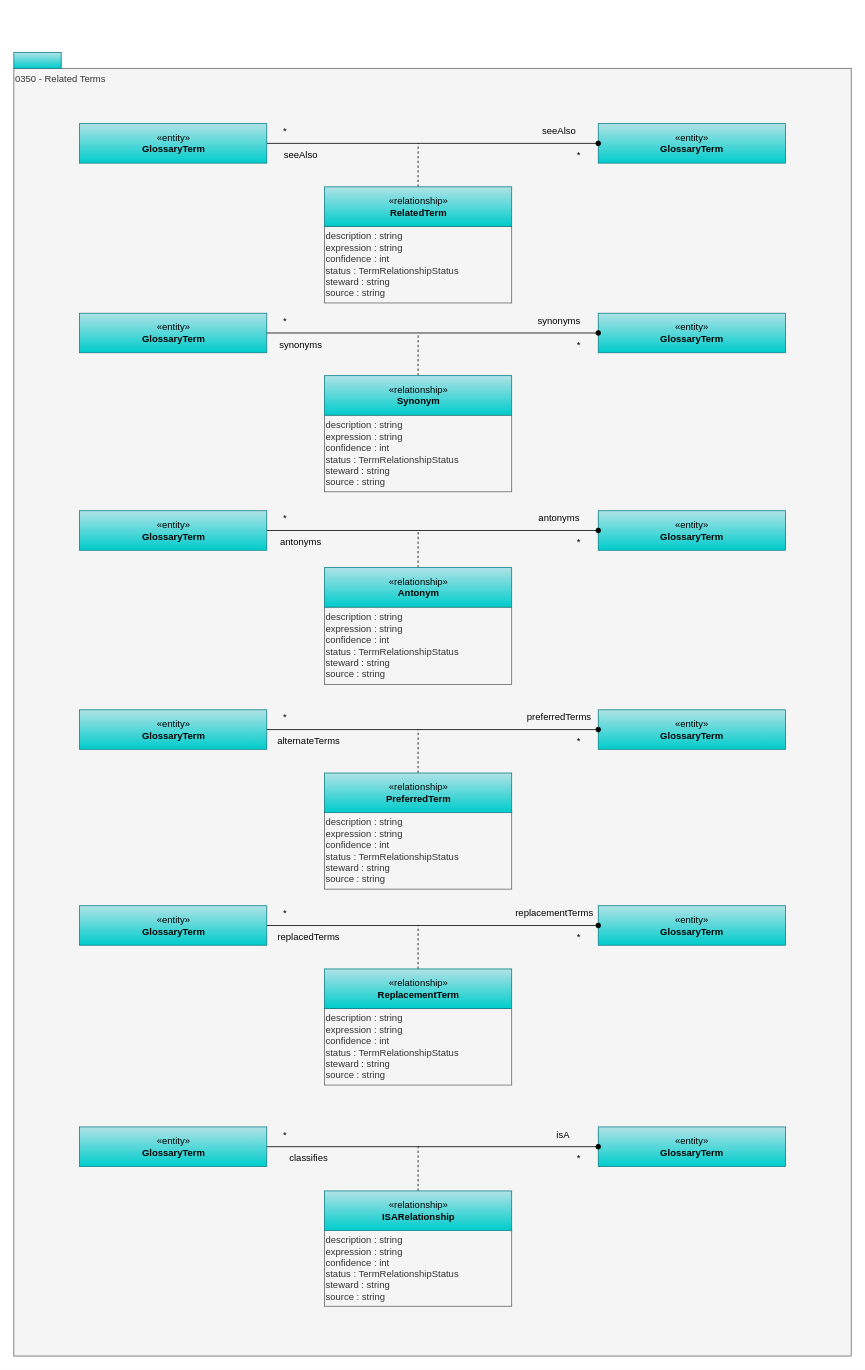
Earlier version of the draw.io diagram page "0350-Related-Terms" (5 of 11) of site/docs/types/3/area-3-glossary.drawio (odpi/egeria-docs). Source tidied: cells renumbered, new cells numbered last; positions are measured from the earlier drawing's top-left corner, leaving out a move shared by most shapes. Both pictures are drawn from the tidied source at 79%, with x=0, y=0 at pixel (13, 52).
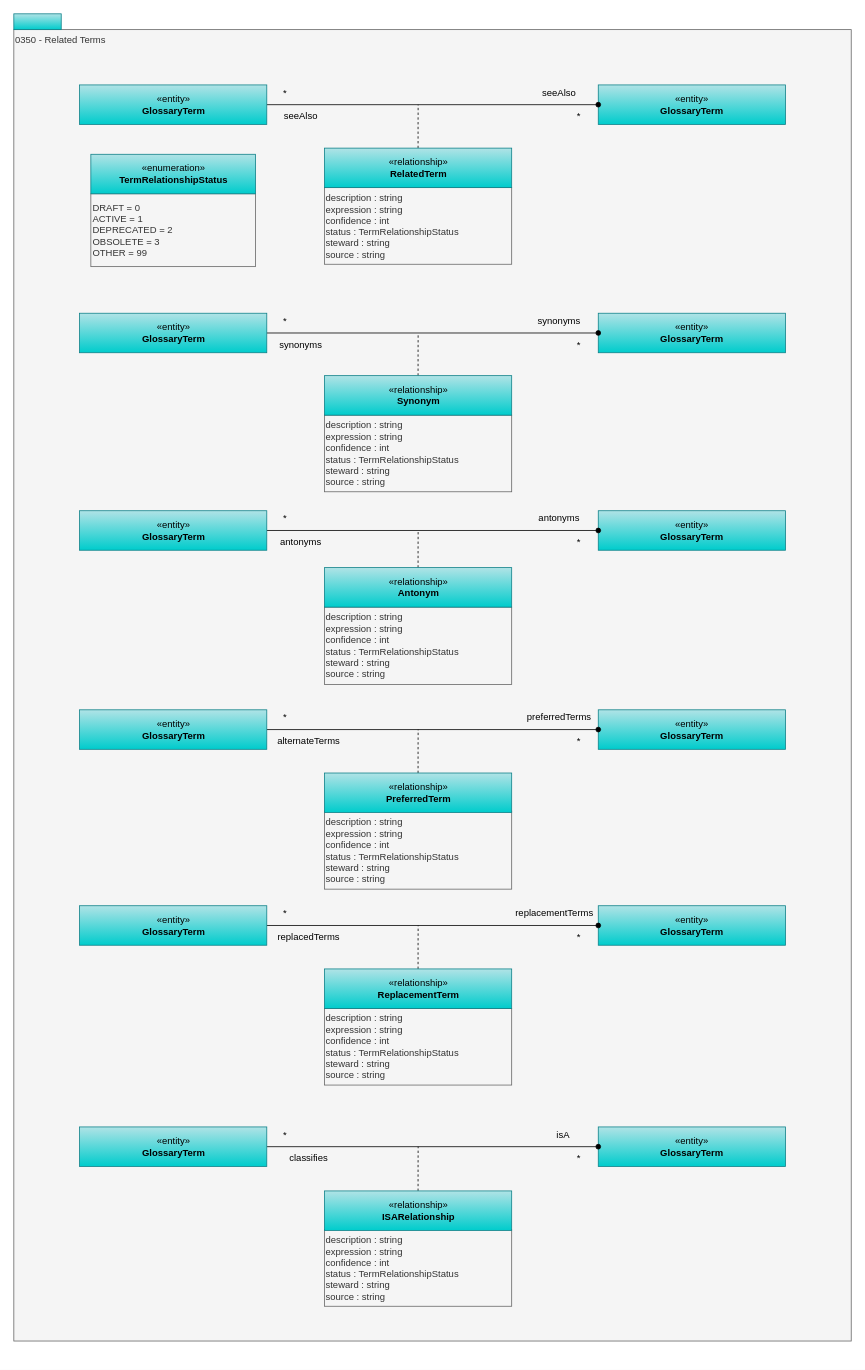
The same page after the edit.

What changed in the source:
```diff
@@
     <mxCell id="2" value="0350 - Related Terms" style="rounded=0;whiteSpace=wrap;html=1;align=left;verticalAlign=top;fillColor=#f5f5f5;fontColor=#333333;strokeColor=#666666;" parent="1" vertex="1">
-      <mxGeometry y="20" width="1060" height="1630" as="geometry" />
+      <mxGeometry y="-29" width="1060" height="1660" as="geometry" />
     </mxCell>
     <mxCell id="3" style="rounded=0;whiteSpace=wrap;html=1;align=left;fillColor=#b0e3e6;strokeColor=#0e8088;gradientColor=#00CCCC;" parent="1" vertex="1">
-      <mxGeometry width="60" height="20" as="geometry" />
+      <mxGeometry y="-49" width="60" height="20" as="geometry" />
     </mxCell>
     <mxCell id="4" value="«entity»&lt;br&gt;&lt;b&gt;GlossaryTerm&lt;/b&gt;" style="html=1;strokeColor=#0e8088;align=center;fillColor=#b0e3e6;gradientColor=#00CCCC;" parent="1" vertex="1">
-      <mxGeometry x="739.8" y="90" width="237" height="50" as="geometry" />
+      <mxGeometry x="739.8" y="41" width="237" height="50" as="geometry" />
     </mxCell>
     <mxCell id="5" value="description : string&lt;br&gt;expression : string&lt;div&gt;confidence : int&lt;br&gt;status : TermRelationshipStatus&lt;br&gt;steward : string&lt;br&gt;source : string&lt;/div&gt;" style="rounded=0;whiteSpace=wrap;html=1;strokeColor=#666666;align=left;fillColor=#f5f5f5;fontColor=#333333;" parent="1" vertex="1">
-      <mxGeometry x="393.2" y="220" width="237" height="97" as="geometry" />
+      <mxGeometry x="393.2" y="171" width="237" height="97" as="geometry" />
     </mxCell>
     <mxCell id="6" style="edgeStyle=orthogonalEdgeStyle;rounded=0;jettySize=auto;html=1;endArrow=none;endFill=0;dashed=1;" parent="1" edge="1" source="7">
       <mxGeometry relative="1" as="geometry">
-        <mxPoint x="511.8" y="115" as="targetPoint" />
+        <mxPoint x="511.8" y="66" as="targetPoint" />
       </mxGeometry>
     </mxCell>
     <mxCell id="7" value="«relationship»&lt;br&gt;&lt;b&gt;RelatedTerm&lt;/b&gt;" style="html=1;strokeColor=#0e8088;align=center;fillColor=#b0e3e6;gradientColor=#00CCCC;" parent="1" vertex="1">
-      <mxGeometry x="393.2" y="170" width="237" height="50" as="geometry" />
+      <mxGeometry x="393.2" y="121" width="237" height="50" as="geometry" />
     </mxCell>
@@
     <mxCell id="9" value="«entity»&lt;br&gt;&lt;b&gt;GlossaryTerm&lt;/b&gt;" style="html=1;strokeColor=#0e8088;align=center;fillColor=#b0e3e6;gradientColor=#00CCCC;" parent="1" vertex="1">
-      <mxGeometry x="83.2" y="90" width="237" height="50" as="geometry" />
+      <mxGeometry x="83.2" y="41" width="237" height="50" as="geometry" />
     </mxCell>
     <mxCell id="10" value="seeAlso" style="text;html=1;align=center;verticalAlign=middle;" parent="1" vertex="1">
-      <mxGeometry x="333.2" y="120" width="60" height="20" as="geometry" />
+      <mxGeometry x="333.2" y="71" width="60" height="20" as="geometry" />
     </mxCell>
     <mxCell id="11" value="seeAlso" style="text;html=1;align=center;verticalAlign=middle;" parent="1" vertex="1">
-      <mxGeometry x="659.8" y="90" width="60" height="20" as="geometry" />
+      <mxGeometry x="659.8" y="41" width="60" height="20" as="geometry" />
     </mxCell>
     <mxCell id="12" value="*" style="text;html=1;align=center;verticalAlign=middle;" parent="1" vertex="1">
-      <mxGeometry x="333.2" y="90" width="20" height="20" as="geometry" />
+      <mxGeometry x="333.2" y="41" width="20" height="20" as="geometry" />
     </mxCell>
     <mxCell id="13" value="*" style="text;html=1;align=center;verticalAlign=middle;" parent="1" vertex="1">
-      <mxGeometry x="704.8" y="120" width="20" height="20" as="geometry" />
+      <mxGeometry x="704.8" y="71" width="20" height="20" as="geometry" />
     </mxCell>
@@
+    <mxCell id="64" value="DRAFT = 0&lt;br&gt;ACTIVE = 1&lt;br&gt;DEPRECATED = 2&lt;br&gt;OBSOLETE = 3&lt;br&gt;OTHER = 99" style="rounded=0;whiteSpace=wrap;html=1;strokeColor=#666666;align=left;fillColor=#f5f5f5;fontColor=#333333;" parent="1" vertex="1">
+      <mxGeometry x="97.5" y="178.8" width="208.5" height="92.2" as="geometry" />
+    </mxCell>
+    <mxCell id="65" value="«enumeration»&lt;br&gt;&lt;b&gt;TermRelationshipStatus&lt;/b&gt;" style="html=1;strokeColor=#0e8088;align=center;fillColor=#b0e3e6;gradientColor=#00CCCC;" parent="1" vertex="1">
+      <mxGeometry x="97.5" y="128.8" width="208.5" height="50" as="geometry" />
+    </mxCell>
```
